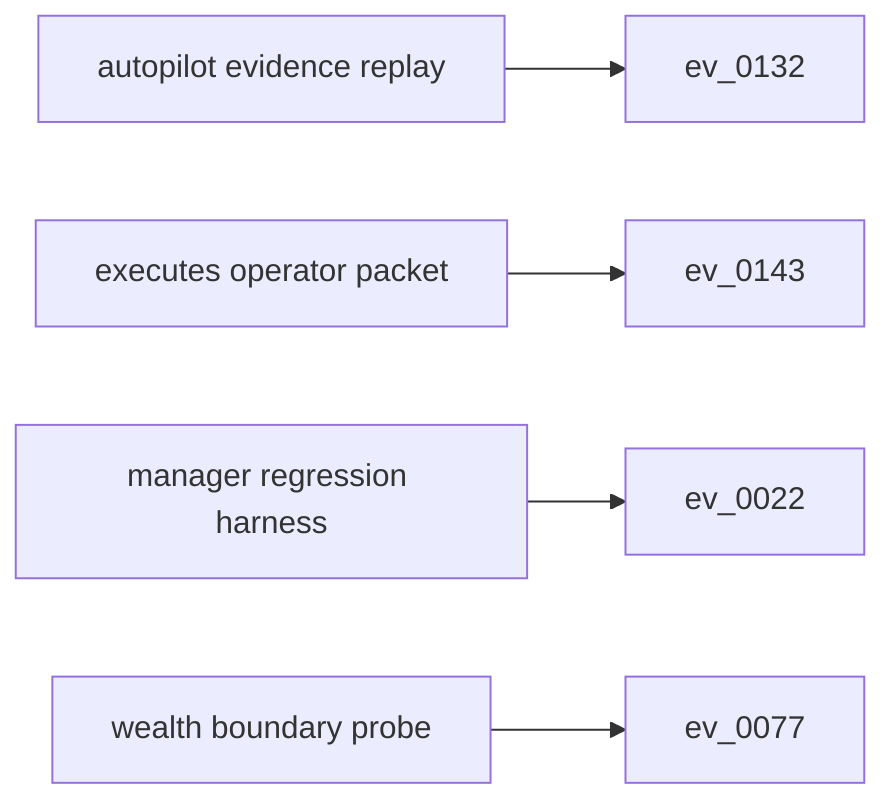
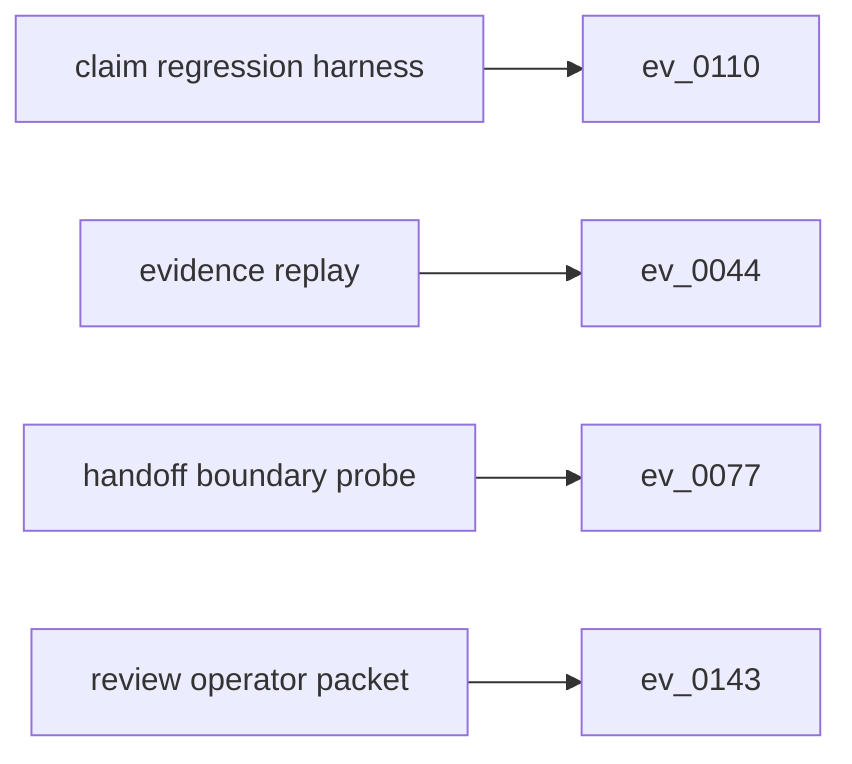
flowchart LR
-   s0["autopilot evidence replay"]
-   e0["ev_0132"]
+   s0["claim regression harness"]
+   e0["ev_0110"]
  s0 --> e0
-   s1["executes operator packet"]
-   e1["ev_0143"]
+   s1["evidence replay"]
+   e1["ev_0044"]
  s1 --> e1
-   s2["manager regression harness"]
-   e2["ev_0022"]
+   s2["handoff boundary probe"]
+   e2["ev_0077"]
  s2 --> e2
-   s3["wealth boundary probe"]
-   e3["ev_0077"]
+   s3["review operator packet"]
+   e3["ev_0143"]
  s3 --> e3
